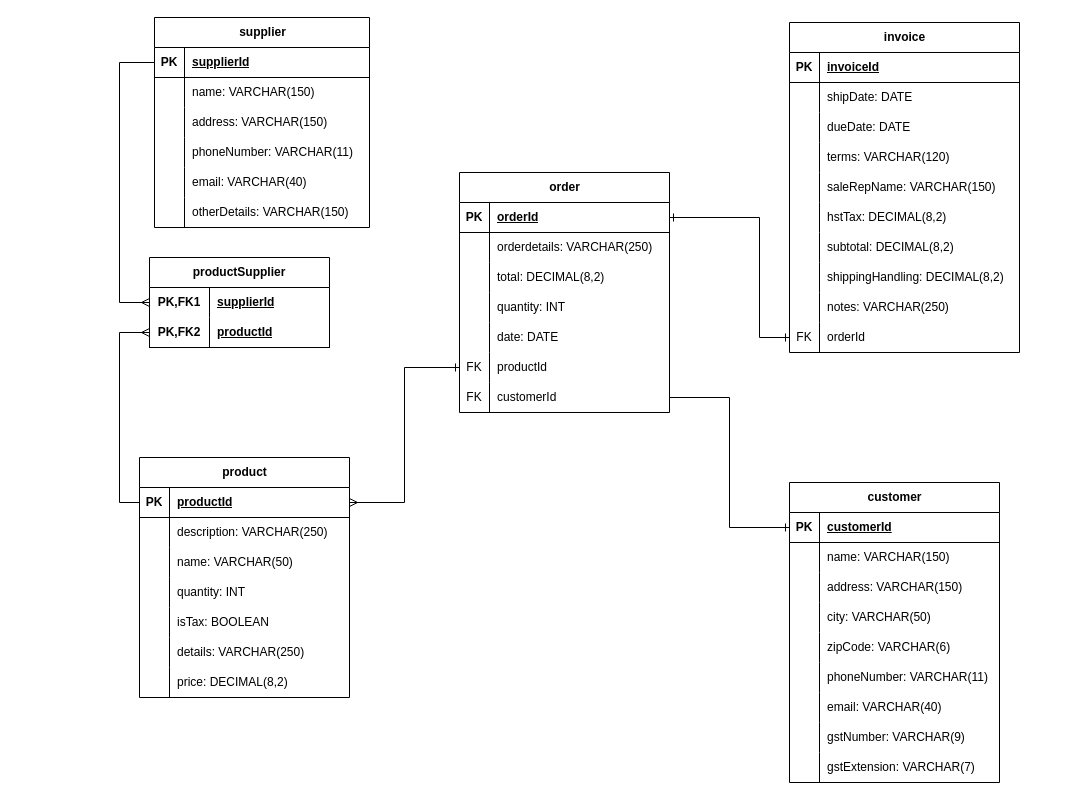
This is Management Invoice System V3 Teacher Rev.drawio from yuliethernandez/OrderManagmentSystem, a draw.io file, before an edit. Source tidied: cells renumbered, new cells numbered last; positions are measured from the earlier drawing's top-left corner, leaving out a move shared by most shapes. Both pictures are drawn from the tidied source at 100%, with x=0, y=0 at pixel (119, 17).
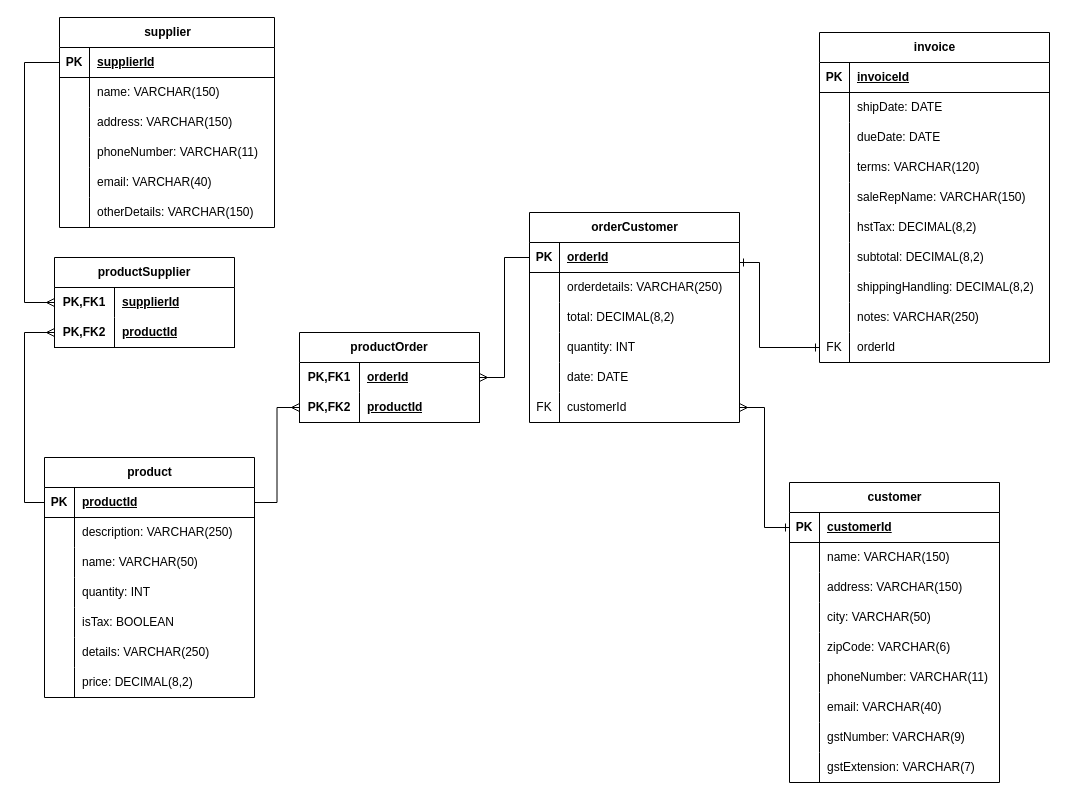
The same page after the edit.

Unchanged cells that the change refers to:
```xml
<mxCell id="30" style="shape=tableRow;horizontal=0;startSize=0;swimlaneHead=0;swimlaneBody=0;fillColor=none;points=[[0,0.5],[1,0.5]];portConstraint=eastwest;top=0;left=0;right=0;bottom=0;" parent="2" vertex="1">
  <mxGeometry y="300" width="230" height="30" as="geometry" />
</mxCell>
<mxCell id="34" style="shape=tableRow;horizontal=0;startSize=0;swimlaneHead=0;swimlaneBody=0;fillColor=none;points=[[0,0.5],[1,0.5]];portConstraint=eastwest;top=0;left=0;right=0;bottom=1;" parent="33" vertex="1">
  <mxGeometry y="30" width="210" height="30" as="geometry" />
</mxCell>
<mxCell id="56" style="shape=tableRow;horizontal=0;startSize=0;swimlaneHead=0;swimlaneBody=0;fillColor=none;points=[[0,0.5],[1,0.5]];portConstraint=eastwest;top=0;left=0;right=0;bottom=1;" parent="55" vertex="1">
  <mxGeometry y="30" width="210" height="30" as="geometry" />
</mxCell>
<mxCell id="78" style="shape=tableRow;horizontal=0;startSize=0;swimlaneHead=0;swimlaneBody=0;fillColor=none;points=[[0,0.5],[1,0.5]];portConstraint=eastwest;top=0;left=0;right=0;bottom=1;" parent="77" vertex="1">
  <mxGeometry y="30" width="215" height="30" as="geometry" />
</mxCell>
<mxCell id="97" style="shape=tableRow;horizontal=0;startSize=0;swimlaneHead=0;swimlaneBody=0;fillColor=none;points=[[0,0.5],[1,0.5]];portConstraint=eastwest;top=0;left=0;right=0;bottom=0;html=1;" parent="96" vertex="1">
  <mxGeometry y="30" width="180" height="30" as="geometry" />
</mxCell>
<mxCell id="106" style="shape=tableRow;horizontal=0;startSize=0;swimlaneHead=0;swimlaneBody=0;fillColor=none;points=[[0,0.5],[1,0.5]];portConstraint=eastwest;top=0;left=0;right=0;bottom=1;" parent="105" vertex="1">
  <mxGeometry y="30" width="210" height="30" as="geometry" />
</mxCell>
```

What changed in the source:
```diff
@@
     <mxCell id="2" value="invoice" style="shape=table;startSize=30;childLayout=tableLayout;rowLines=0;fontStyle=1;align=center;html=1;" parent="1" vertex="1">
-      <mxGeometry x="670" y="5" width="230" height="330" as="geometry" />
+      <mxGeometry x="700" y="15" width="230" height="330" as="geometry" />
     </mxCell>
@@
     <mxCell id="33" value="product" style="shape=table;startSize=30;childLayout=tableLayout;rowLines=0;fontStyle=1;align=center;html=1;" parent="1" vertex="1">
-      <mxGeometry x="20" y="440" width="210" height="240" as="geometry" />
+      <mxGeometry x="-75" y="440" width="210" height="240" as="geometry" />
     </mxCell>
@@
-    <mxCell id="55" value="order" style="shape=table;startSize=30;childLayout=tableLayout;rowLines=0;fontStyle=1;align=center;html=1;" parent="1" vertex="1">
-      <mxGeometry x="340" y="155" width="210" height="240" as="geometry" />
+    <mxCell id="55" value="orderCustomer" style="shape=table;startSize=30;childLayout=tableLayout;rowLines=0;fontStyle=1;align=center;html=1;" parent="1" vertex="1">
+      <mxGeometry x="410" y="195" width="210" height="210" as="geometry" />
     </mxCell>
@@
-    <mxCell id="71" style="shape=tableRow;horizontal=0;startSize=0;swimlaneHead=0;swimlaneBody=0;fillColor=none;points=[[0,0.5],[1,0.5]];portConstraint=eastwest;top=0;left=0;right=0;bottom=0;" parent="55" vertex="1">
-      <mxGeometry y="180" width="210" height="30" as="geometry" />
-    </mxCell>
-    <mxCell id="72" value="FK" style="shape=partialRectangle;fillColor=none;top=0;left=0;bottom=0;right=0;overflow=hidden;whiteSpace=wrap;html=1;" parent="71" vertex="1">
-      <mxGeometry width="30" height="30" as="geometry" />
-    </mxCell>
-    <mxCell id="73" value="productId" style="shape=partialRectangle;fillColor=none;top=0;left=0;bottom=0;right=0;align=left;spacingLeft=6;overflow=hidden;whiteSpace=wrap;html=1;" parent="71" vertex="1">
-      <mxGeometry x="30" width="180" height="30" as="geometry" />
-    </mxCell>
     <mxCell id="74" style="shape=tableRow;horizontal=0;startSize=0;swimlaneHead=0;swimlaneBody=0;fillColor=none;points=[[0,0.5],[1,0.5]];portConstraint=eastwest;top=0;left=0;right=0;bottom=0;" parent="55" vertex="1">
-      <mxGeometry y="210" width="210" height="30" as="geometry" />
+      <mxGeometry y="180" width="210" height="30" as="geometry" />
     </mxCell>
@@
     <mxCell id="77" value="supplier" style="shape=table;startSize=30;childLayout=tableLayout;rowLines=0;fontStyle=1;align=center;html=1;" parent="1" vertex="1">
-      <mxGeometry x="35" width="215" height="210" as="geometry" />
+      <mxGeometry x="-60" width="215" height="210" as="geometry" />
     </mxCell>
@@
     <mxCell id="96" value="productSupplier" style="shape=table;startSize=30;childLayout=tableLayout;rowLines=0;fontStyle=1;align=center;html=1;whiteSpace=wrap;" parent="1" vertex="1">
-      <mxGeometry x="30" y="240" width="180" height="90" as="geometry" />
+      <mxGeometry x="-65" y="240" width="180" height="90" as="geometry" />
     </mxCell>
@@
     <mxCell id="104" style="edgeStyle=orthogonalEdgeStyle;rounded=0;jettySize=auto;html=1;entryX=0;entryY=0.5;entryDx=0;entryDy=0;endArrow=ERmany;endFill=0;" parent="1" edge="1" source="78" target="97">
       <mxGeometry relative="1" as="geometry">
         <Array as="points">
-          <mxPoint y="45" />
-          <mxPoint y="285" />
+          <mxPoint x="-95" y="45" />
+          <mxPoint x="-95" y="285" />
         </Array>
       </mxGeometry>
     </mxCell>
@@
     <mxCell id="133" style="edgeStyle=orthogonalEdgeStyle;rounded=0;jettySize=auto;html=1;entryX=0;entryY=0.5;entryDx=0;entryDy=0;startArrow=ERone;startFill=0;endArrow=ERone;endFill=0;" parent="1" edge="1" source="56" target="30">
       <mxGeometry relative="1" as="geometry">
         <Array as="points">
-          <mxPoint x="640" y="200" />
-          <mxPoint x="640" y="320" />
+          <mxPoint x="640" y="245" />
+          <mxPoint x="640" y="330" />
         </Array>
       </mxGeometry>
     </mxCell>
-    <mxCell id="134" style="edgeStyle=orthogonalEdgeStyle;rounded=0;jettySize=auto;html=1;startArrow=ERone;startFill=0;endArrow=ERmany;endFill=0;" parent="1" edge="1" source="71" target="34">
-      <mxGeometry relative="1" as="geometry" />
-    </mxCell>
-    <mxCell id="135" style="edgeStyle=orthogonalEdgeStyle;rounded=0;jettySize=auto;html=1;entryX=0;entryY=0.5;entryDx=0;entryDy=0;endArrow=ERone;endFill=0;" parent="1" edge="1" source="74" target="106">
+    <mxCell id="135" style="edgeStyle=orthogonalEdgeStyle;rounded=0;jettySize=auto;html=1;entryX=0;entryY=0.5;entryDx=0;entryDy=0;endArrow=ERone;endFill=0;startArrow=ERmany;startFill=0;" parent="1" edge="1" source="74" target="106">
       <mxGeometry relative="1" as="geometry" />
     </mxCell>
+    <mxCell id="136" value="productOrder" style="shape=table;startSize=30;childLayout=tableLayout;rowLines=0;fontStyle=1;align=center;html=1;whiteSpace=wrap;" parent="1" vertex="1">
+      <mxGeometry x="180" y="315" width="180" height="90" as="geometry" />
+    </mxCell>
+    <mxCell id="137" style="shape=tableRow;horizontal=0;startSize=0;swimlaneHead=0;swimlaneBody=0;fillColor=none;points=[[0,0.5],[1,0.5]];portConstraint=eastwest;top=0;left=0;right=0;bottom=0;html=1;" parent="136" vertex="1">
+      <mxGeometry y="30" width="180" height="30" as="geometry" />
+    </mxCell>
+    <mxCell id="138" value="PK,FK1" style="shape=partialRectangle;fillColor=none;top=0;left=0;bottom=0;right=0;fontStyle=1;overflow=hidden;html=1;whiteSpace=wrap;" parent="137" vertex="1">
+      <mxGeometry width="60" height="30" as="geometry" />
+    </mxCell>
+    <mxCell id="139" value="orderId" style="shape=partialRectangle;fillColor=none;top=0;left=0;bottom=0;right=0;align=left;spacingLeft=6;fontStyle=5;overflow=hidden;html=1;whiteSpace=wrap;" parent="137" vertex="1">
+      <mxGeometry x="60" width="120" height="30" as="geometry" />
+    </mxCell>
+    <mxCell id="140" style="shape=tableRow;horizontal=0;startSize=0;swimlaneHead=0;swimlaneBody=0;fillColor=none;points=[[0,0.5],[1,0.5]];portConstraint=eastwest;top=0;left=0;right=0;bottom=1;html=1;" parent="136" vertex="1">
+      <mxGeometry y="60" width="180" height="30" as="geometry" />
+    </mxCell>
+    <mxCell id="141" value="PK,FK2" style="shape=partialRectangle;fillColor=none;top=0;left=0;bottom=0;right=0;fontStyle=1;overflow=hidden;html=1;whiteSpace=wrap;" parent="140" vertex="1">
+      <mxGeometry width="60" height="30" as="geometry" />
+    </mxCell>
+    <mxCell id="73" value="productId" style="shape=partialRectangle;fillColor=none;top=0;left=0;bottom=0;right=0;align=left;spacingLeft=6;fontStyle=5;overflow=hidden;html=1;whiteSpace=wrap;" parent="140" vertex="1">
+      <mxGeometry x="60" width="120" height="30" as="geometry" />
+    </mxCell>
+    <mxCell id="142" style="edgeStyle=orthogonalEdgeStyle;rounded=0;jettySize=auto;html=1;endArrow=ERmany;endFill=0;" parent="1" edge="1" source="34" target="140">
+      <mxGeometry relative="1" as="geometry" />
+    </mxCell>
+    <mxCell id="143" style="edgeStyle=orthogonalEdgeStyle;rounded=0;jettySize=auto;html=1;endArrow=none;endFill=0;startArrow=ERmany;startFill=0;" parent="1" edge="1" source="137" target="56">
+      <mxGeometry relative="1" as="geometry" />
+    </mxCell>
```
